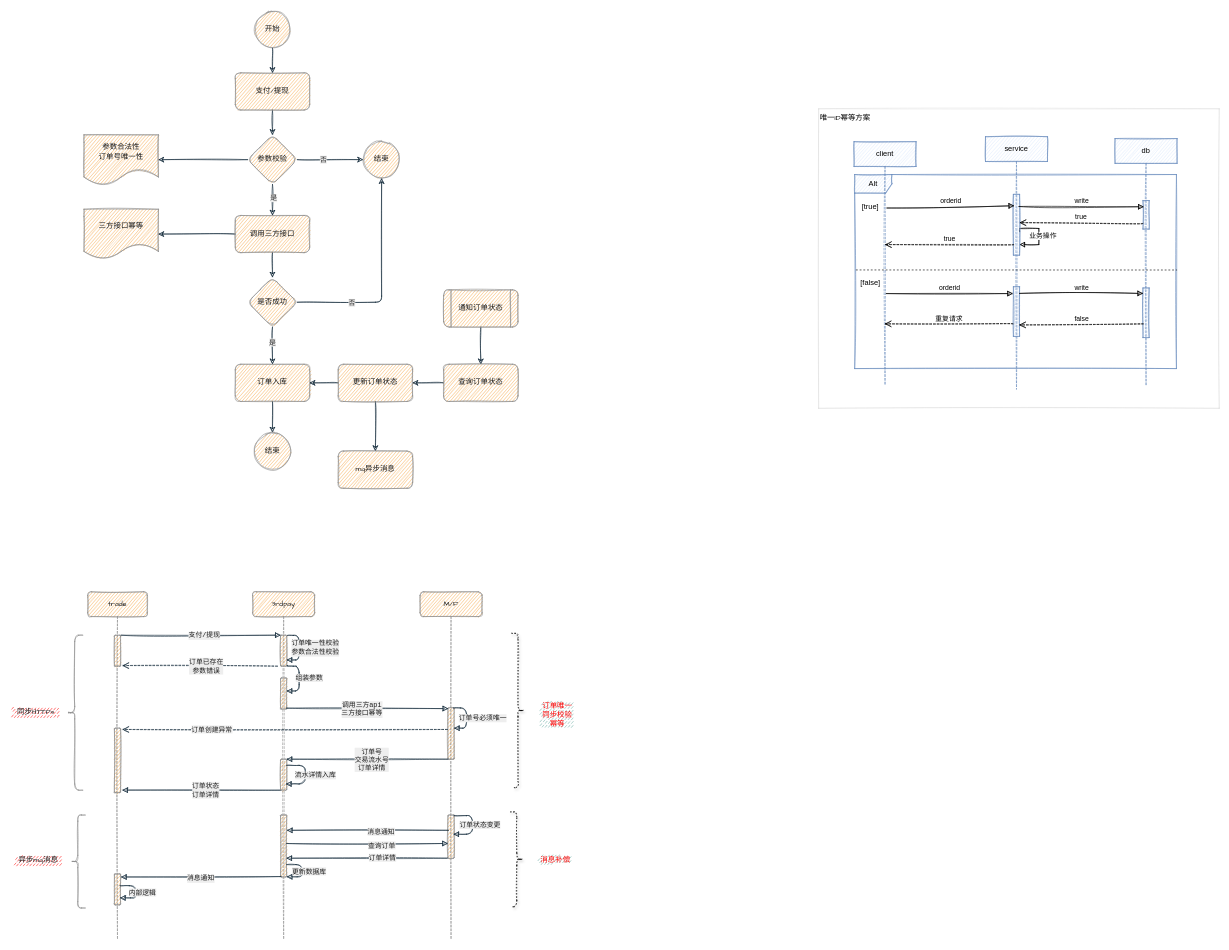
Earlier version of the draw.io diagram page "支付/提现接口幂等方案" (4 of 4) of 支付流程.drawio (jarcn/pic). Source tidied: cells renumbered, new cells numbered last; positions are measured from the earlier drawing's top-left corner, leaving out a move shared by most shapes. Both pictures are drawn from the tidied source at 62%, with x=0, y=0 at pixel (11, 11).
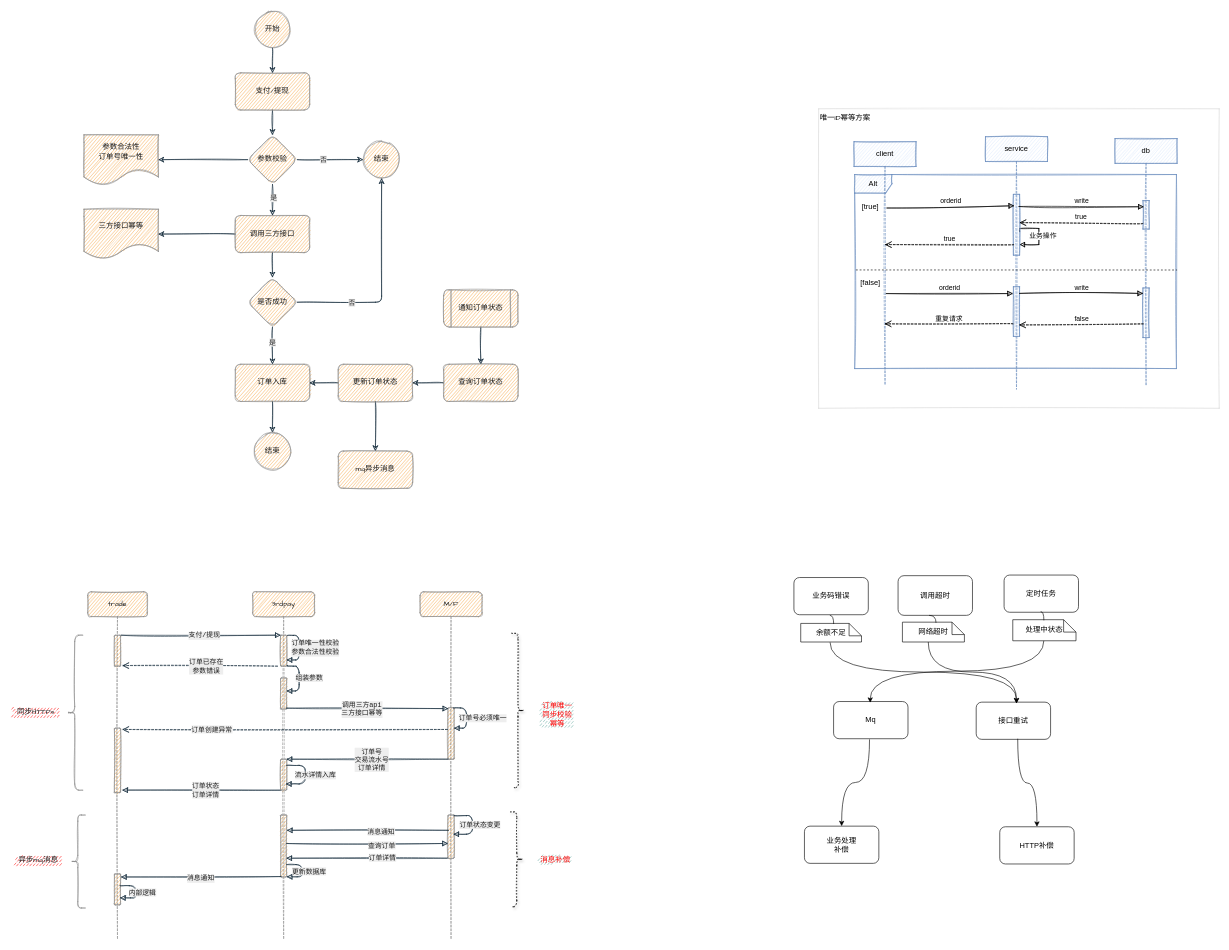
The same diagram, later.

Commit message (it also covers changes not shown here):
更新支付流程.drawio

The edit, as a diff of the source:
```diff
@@
+    <mxCell id="108" value="&lt;div&gt;业务处理&lt;/div&gt;&lt;div&gt;补偿&lt;/div&gt;" style="rounded=1;whiteSpace=wrap;html=1;" parent="1" vertex="1">
+      <mxGeometry x="1280" y="1315" width="120" height="60" as="geometry" />
+    </mxCell>
+    <mxCell id="109" value="HTTP补偿" style="rounded=1;whiteSpace=wrap;html=1;" parent="1" vertex="1">
+      <mxGeometry x="1595" y="1316" width="120" height="60" as="geometry" />
+    </mxCell>
+    <mxCell id="110" value="Mq" style="rounded=1;whiteSpace=wrap;html=1;" parent="1" vertex="1">
+      <mxGeometry x="1327" y="1114" width="120" height="60" as="geometry" />
+    </mxCell>
+    <mxCell id="111" value="接口重试" style="rounded=1;whiteSpace=wrap;html=1;" parent="1" vertex="1">
+      <mxGeometry x="1557" y="1115" width="120" height="60" as="geometry" />
+    </mxCell>
+    <mxCell id="112" value="业务码错误" style="rounded=1;whiteSpace=wrap;html=1;" parent="1" vertex="1">
+      <mxGeometry x="1263" y="914" width="120" height="60" as="geometry" />
+    </mxCell>
+    <mxCell id="113" value="调用超时" style="rounded=1;whiteSpace=wrap;html=1;" parent="1" vertex="1">
+      <mxGeometry x="1431" y="911" width="120" height="64" as="geometry" />
+    </mxCell>
+    <mxCell id="114" value="定时任务" style="rounded=1;whiteSpace=wrap;html=1;" parent="1" vertex="1">
+      <mxGeometry x="1602" y="910" width="120" height="60" as="geometry" />
+    </mxCell>
+    <mxCell id="115" style="endArrow=classic;html=1;entryX=0.542;entryY=0.033;entryDx=0;entryDy=0;entryPerimeter=0;edgeStyle=orthogonalEdgeStyle;elbow=vertical;curved=1;exitX=0.417;exitY=1;exitDx=0;exitDy=0;exitPerimeter=0;startArrow=none;" parent="1" edge="1" source="122" target="111">
+      <mxGeometry relative="1" as="geometry" />
+    </mxCell>
+    <mxCell id="116" style="endArrow=classic;html=1;rounded=0;exitX=0.558;exitY=0.983;exitDx=0;exitDy=0;exitPerimeter=0;edgeStyle=orthogonalEdgeStyle;curved=1;" parent="1" edge="1" source="111" target="109">
+      <mxGeometry relative="1" as="geometry" />
+    </mxCell>
+    <mxCell id="117" style="endArrow=classic;html=1;rounded=0;exitX=0.492;exitY=0.983;exitDx=0;exitDy=0;exitPerimeter=0;entryX=0.492;entryY=0.033;entryDx=0;entryDy=0;entryPerimeter=0;edgeStyle=orthogonalEdgeStyle;curved=1;startArrow=none;" parent="1" edge="1" source="124" target="110">
+      <mxGeometry relative="1" as="geometry" />
+    </mxCell>
+    <mxCell id="118" style="endArrow=classic;html=1;rounded=0;exitX=0.483;exitY=1.017;exitDx=0;exitDy=0;exitPerimeter=0;edgeStyle=orthogonalEdgeStyle;curved=1;" parent="1" edge="1" source="110" target="108">
+      <mxGeometry relative="1" as="geometry" />
+    </mxCell>
+    <mxCell id="119" style="endArrow=classic;html=1;rounded=0;exitX=0.483;exitY=1.017;exitDx=0;exitDy=0;exitPerimeter=0;entryX=0.542;entryY=0.033;entryDx=0;entryDy=0;entryPerimeter=0;edgeStyle=orthogonalEdgeStyle;curved=1;startArrow=none;" parent="1" edge="1" source="120" target="111">
+      <mxGeometry relative="1" as="geometry" />
+    </mxCell>
+    <mxCell id="120" value="余额不足" style="shape=note;size=20;whiteSpace=wrap;html=1;rotation=0;" parent="1" vertex="1">
+      <mxGeometry x="1274" y="988" width="98" height="30" as="geometry" />
+    </mxCell>
+    <mxCell id="121" style="endArrow=none;html=1;rounded=0;exitX=0.483;exitY=1.017;exitDx=0;exitDy=0;exitPerimeter=0;entryX=0.542;entryY=0.033;entryDx=0;entryDy=0;entryPerimeter=0;edgeStyle=orthogonalEdgeStyle;curved=1;" parent="1" edge="1" source="112" target="120">
+      <mxGeometry relative="1" as="geometry" />
+    </mxCell>
+    <mxCell id="122" value="网络超时" style="shape=note;size=20;whiteSpace=wrap;html=1;rotation=0;" parent="1" vertex="1">
+      <mxGeometry x="1438" y="986" width="100" height="32" as="geometry" />
+    </mxCell>
+    <mxCell id="123" style="endArrow=none;html=1;entryX=0.542;entryY=0.033;entryDx=0;entryDy=0;entryPerimeter=0;edgeStyle=orthogonalEdgeStyle;elbow=vertical;curved=1;exitX=0.417;exitY=1;exitDx=0;exitDy=0;exitPerimeter=0;" parent="1" edge="1" source="113" target="122">
+      <mxGeometry relative="1" as="geometry" />
+    </mxCell>
+    <mxCell id="124" value="处理中状态" style="shape=note;size=20;whiteSpace=wrap;html=1;rotation=0;" parent="1" vertex="1">
+      <mxGeometry x="1616" y="982" width="102" height="34" as="geometry" />
+    </mxCell>
+    <mxCell id="125" style="endArrow=none;html=1;rounded=0;exitX=0.492;exitY=0.983;exitDx=0;exitDy=0;exitPerimeter=0;entryX=0.492;entryY=0.033;entryDx=0;entryDy=0;entryPerimeter=0;edgeStyle=orthogonalEdgeStyle;curved=1;" parent="1" edge="1" source="114" target="124">
+      <mxGeometry relative="1" as="geometry" />
+    </mxCell>
```
